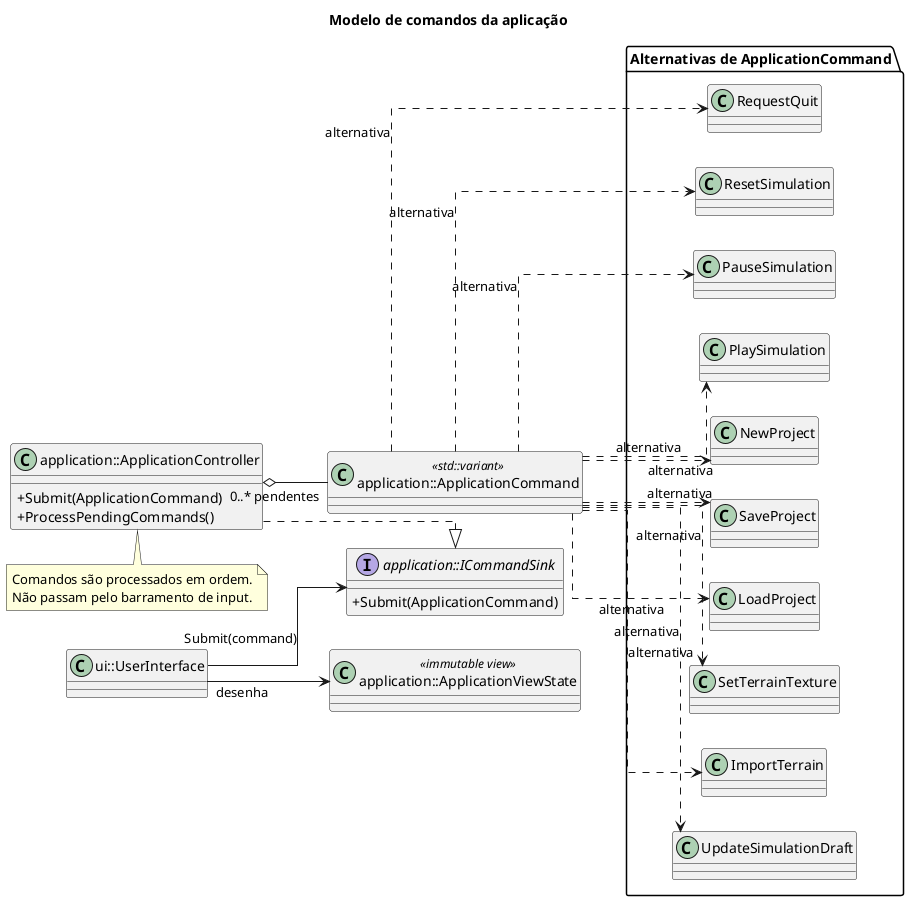
leandro-barcelos/rheo-lbm keeps this PlantUML diagram as docs/uml/04-command-model.png. Above is the earlier version.
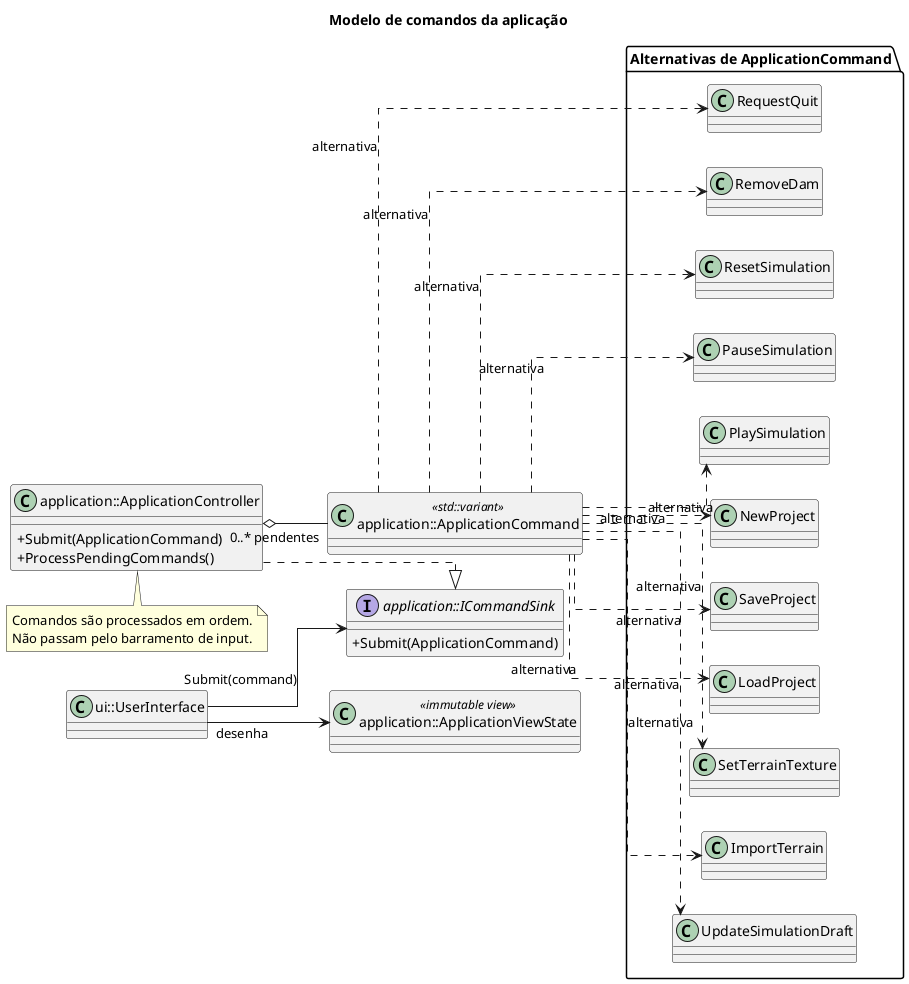
After the change.

What changed in the source:
```diff
@@ -28,6 +28,7 @@
   class PlaySimulation
   class PauseSimulation
   class ResetSimulation
+  class RemoveDam
   class RequestQuit
 }
 
@@ -45,6 +46,7 @@
 Command ..> PlaySimulation : alternativa
 Command ..> PauseSimulation : alternativa
 Command ..> ResetSimulation : alternativa
+Command ..> RemoveDam : alternativa
 Command ..> RequestQuit : alternativa
 
 note bottom of Controller
```
